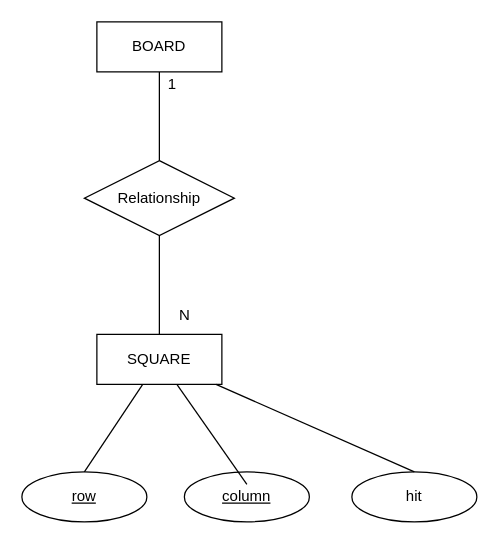
Earlier version of the draw.io diagram code/daw-battleship-game/src/main/sql/diagram.drawio (MiguelRocha2001/ISEL-DAW-Battleships-Game). Source tidied: cells renumbered, new cells numbered last; positions are measured from the earlier drawing's top-left corner, leaving out a move shared by most shapes. Both pictures are drawn from the tidied source at 125%, with x=0, y=0 at pixel (21, 21).
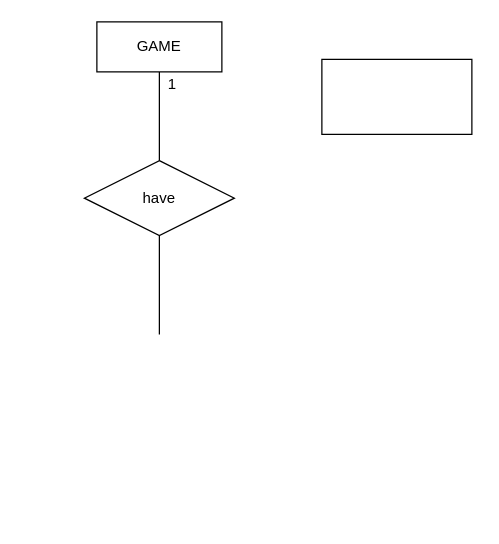
After the change.

The edit, as a diff of the source:
```diff
@@
 <mxGraphModel>
   <root>
     <mxCell id="0" />
     <mxCell id="1" parent="0" />
     <mxCell id="2" style="edgeStyle=orthogonalEdgeStyle;rounded=0;jettySize=auto;html=1;endArrow=none;endFill=0;" parent="1" edge="1" source="3" target="10">
       <mxGeometry relative="1" as="geometry" />
     </mxCell>
-    <mxCell id="3" value="BOARD" style="whiteSpace=wrap;html=1;align=center;" parent="1" vertex="1">
+    <mxCell id="3" value="GAME" style="whiteSpace=wrap;html=1;align=center;" parent="1" vertex="1">
       <mxGeometry x="60" width="100" height="40" as="geometry" />
     </mxCell>
-    <mxCell id="4" value="row" style="ellipse;whiteSpace=wrap;html=1;align=center;verticalAlign=middle;fontStyle=4;" parent="1" vertex="1">
-      <mxGeometry y="360" width="100" height="40" as="geometry" />
-    </mxCell>
-    <mxCell id="5" value="SQUARE" style="whiteSpace=wrap;html=1;align=center;" parent="1" vertex="1">
-      <mxGeometry x="60" y="250" width="100" height="40" as="geometry" />
-    </mxCell>
-    <mxCell id="6" value="column" style="ellipse;whiteSpace=wrap;html=1;align=center;fontStyle=4;" parent="1" vertex="1">
-      <mxGeometry x="130" y="360" width="100" height="40" as="geometry" />
-    </mxCell>
-    <mxCell id="7" style="endArrow=none;html=1;rounded=0;entryX=0.5;entryY=0;entryDx=0;entryDy=0;" parent="1" edge="1" source="5" target="4">
-      <mxGeometry relative="1" as="geometry" />
-    </mxCell>
-    <mxCell id="8" style="endArrow=none;html=1;rounded=0;entryX=0.5;entryY=0.25;entryDx=0;entryDy=0;entryPerimeter=0;" parent="1" edge="1" source="5" target="6">
-      <mxGeometry relative="1" as="geometry" />
-    </mxCell>
-    <mxCell id="9" style="edgeStyle=orthogonalEdgeStyle;rounded=0;jettySize=auto;html=1;endArrow=none;endFill=0;" parent="1" edge="1" source="10" target="5">
-      <mxGeometry relative="1" as="geometry" />
+    <mxCell id="9" style="edgeStyle=orthogonalEdgeStyle;rounded=0;jettySize=auto;html=1;endArrow=none;endFill=0;" parent="1" edge="1" source="10">
+      <mxGeometry relative="1" as="geometry">
+        <mxPoint x="110" y="250" as="targetPoint" />
+      </mxGeometry>
     </mxCell>
-    <mxCell id="10" value="Relationship" style="shape=rhombus;perimeter=rhombusPerimeter;whiteSpace=wrap;html=1;align=center;" parent="1" vertex="1">
+    <mxCell id="10" value="have" style="shape=rhombus;perimeter=rhombusPerimeter;whiteSpace=wrap;html=1;align=center;" parent="1" vertex="1">
       <mxGeometry x="50" y="111" width="120" height="60" as="geometry" />
     </mxCell>
-    <mxCell id="11" value="N" style="text;html=1;align=center;verticalAlign=middle;strokeColor=none;fillColor=none;" parent="1" vertex="1">
-      <mxGeometry x="115" y="220" width="30" height="30" as="geometry" />
-    </mxCell>
     <mxCell id="12" value="1" style="text;html=1;align=center;verticalAlign=middle;strokeColor=none;fillColor=none;" parent="1" vertex="1">
       <mxGeometry x="105" y="35" width="30" height="30" as="geometry" />
     </mxCell>
-    <mxCell id="13" value="hit" style="ellipse;whiteSpace=wrap;html=1;align=center;fontStyle=0;" parent="1" vertex="1">
-      <mxGeometry x="264" y="360" width="100" height="40" as="geometry" />
-    </mxCell>
-    <mxCell id="14" style="endArrow=none;html=1;rounded=0;entryX=0.5;entryY=0;entryDx=0;entryDy=0;" parent="1" edge="1" source="5" target="13">
-      <mxGeometry relative="1" as="geometry" />
+    <mxCell id="14" style="rounded=0;whiteSpace=wrap;html=1;" parent="1" vertex="1">
+      <mxGeometry x="240" y="30" width="120" height="60" as="geometry" />
     </mxCell>
   </root>
 </mxGraphModel>
```
